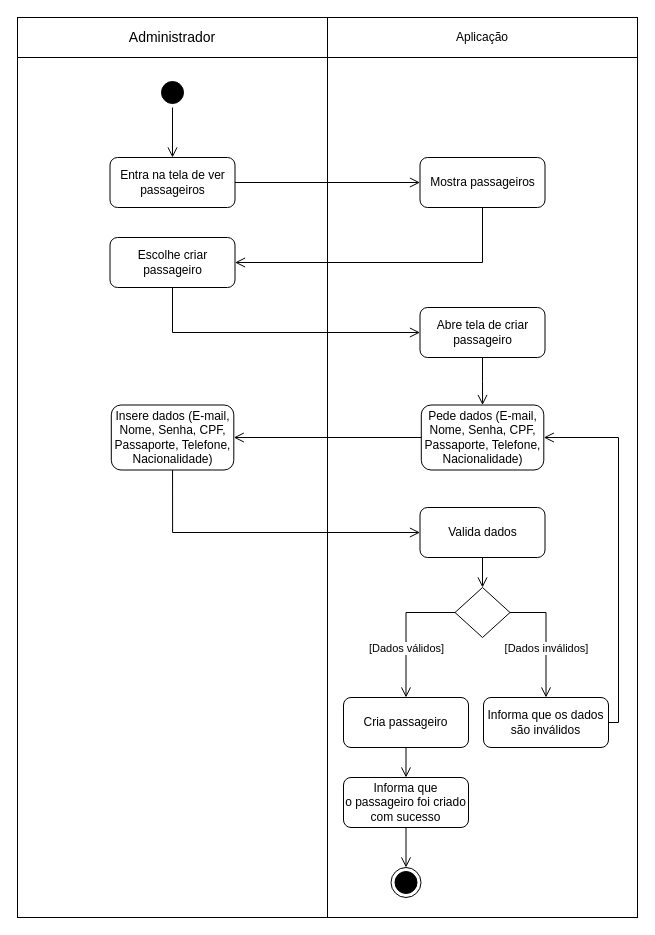
GabrielGMori/trabalho-conclus-o-ano keeps this draw.io diagram as Diagramas/Eng_de_Software/Modelos/Atividade/Create_Passageiro.drawio. Above is the earlier version. Source tidied: cells renumbered, new cells numbered last; positions are measured from the earlier drawing's top-left corner, leaving out a move shared by most shapes. Both pictures are drawn from the tidied source at 100%, with x=0, y=0 at pixel (17, 17).
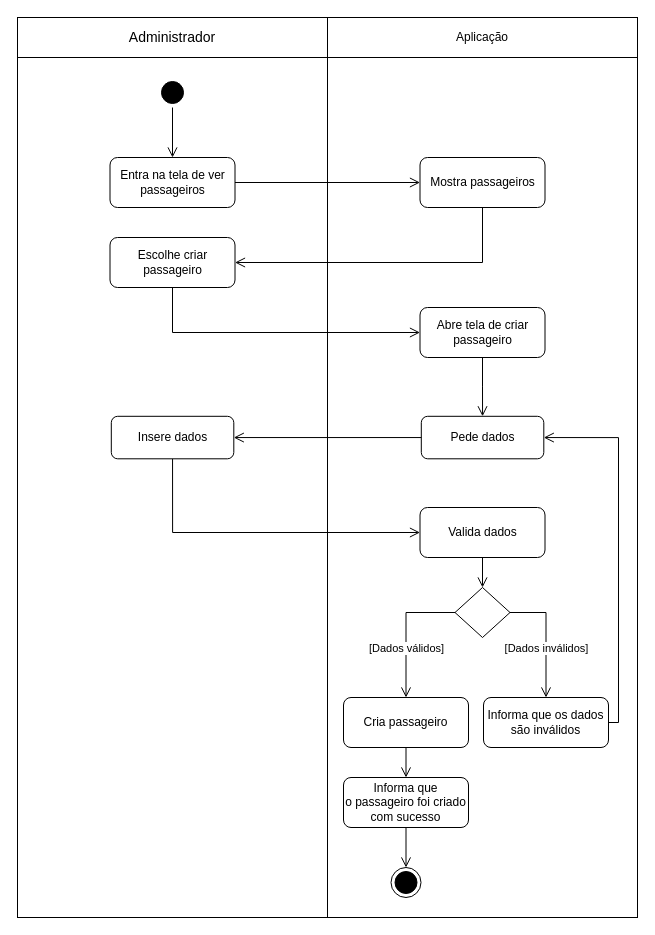
Above is the later version.

The edit, as a diff of the source:
```diff
@@
-    <mxCell id="9" value="Pede dados (E-mail, Nome, Senha, CPF, Passaporte, Telefone, Nacionalidade)" style="rounded=1;whiteSpace=wrap;html=1;" parent="1" vertex="1">
-      <mxGeometry x="403.8" y="387.5" width="122.5" height="65" as="geometry" />
+    <mxCell id="9" value="Pede dados" style="rounded=1;whiteSpace=wrap;html=1;" parent="1" vertex="1">
+      <mxGeometry x="403.8" y="398.8" width="122.5" height="42.5" as="geometry" />
     </mxCell>
@@
-    <mxCell id="33" value="Insere dados (E-mail, Nome, Senha, CPF, Passaporte, Telefone, Nacionalidade)" style="rounded=1;whiteSpace=wrap;html=1;" parent="1" vertex="1">
-      <mxGeometry x="93.8" y="387.5" width="122.5" height="65" as="geometry" />
+    <mxCell id="33" value="Insere dados" style="rounded=1;whiteSpace=wrap;html=1;" parent="1" vertex="1">
+      <mxGeometry x="93.8" y="398.8" width="122.5" height="42.5" as="geometry" />
     </mxCell>
```
